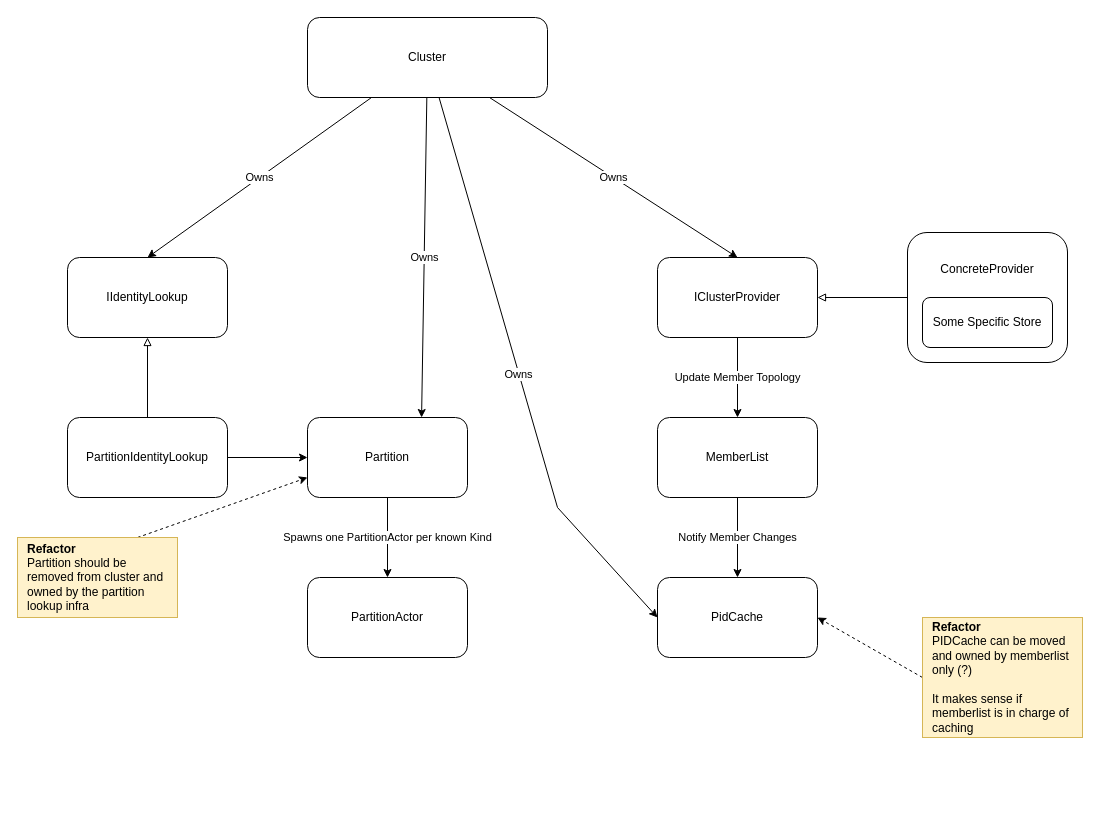
This is page "Sida-1" (1 of 2) of cluster.drawio from asynkron/protoactor-dotnet, a draw.io file, before an edit. Source tidied: cells renumbered, new cells numbered last; positions are measured from the earlier drawing's top-left corner, leaving out a move shared by most shapes. Both pictures are drawn from the tidied source at 100%, with x=0, y=0 at pixel (17, 17).
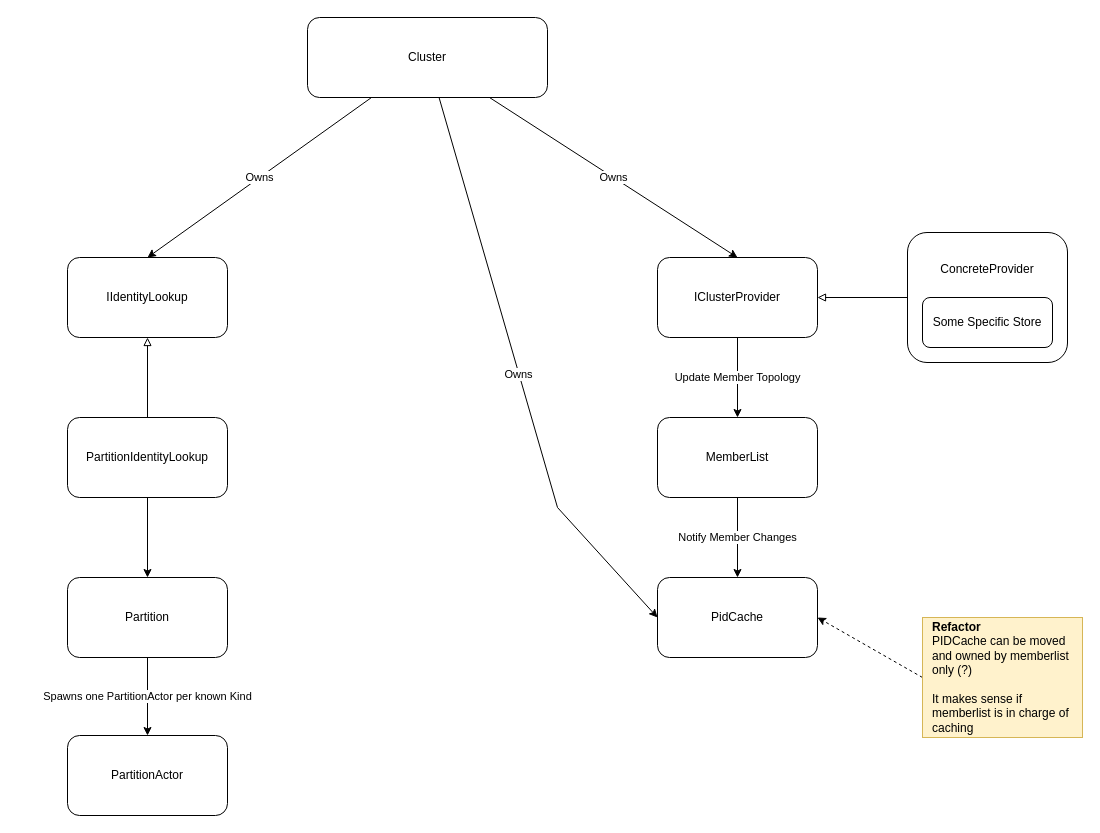
The same diagram, later.

Commit message (it also covers changes not shown here):
PartitionIdentityLookup now owns Partition

The change refers to these unchanged cells:
```xml
<mxCell id="17" value="Cluster" style="rounded=1;whiteSpace=wrap;html=1;" parent="1" vertex="1">
  <mxGeometry x="290" width="240" height="80" as="geometry" />
</mxCell>
<mxCell id="21" value="PartitionIdentityLookup" style="rounded=1;whiteSpace=wrap;html=1;" parent="1" vertex="1">
  <mxGeometry x="50" y="400" width="160" height="80" as="geometry" />
</mxCell>
```

The edit, as a diff of the source:
```diff
@@
     <mxCell id="11" value="Partition" style="rounded=1;whiteSpace=wrap;html=1;" parent="1" vertex="1">
-      <mxGeometry x="290" y="400" width="160" height="80" as="geometry" />
+      <mxGeometry x="50" y="560" width="160" height="80" as="geometry" />
     </mxCell>
     <mxCell id="12" value="PartitionActor" style="rounded=1;whiteSpace=wrap;html=1;" parent="1" vertex="1">
-      <mxGeometry x="290" y="560" width="160" height="80" as="geometry" />
+      <mxGeometry x="50" y="718" width="160" height="80" as="geometry" />
     </mxCell>
@@
-    <mxCell id="15" value="Owns" style="edgeStyle=none;rounded=0;jettySize=auto;html=1;entryX=0.713;entryY=0;entryDx=0;entryDy=0;entryPerimeter=0;endArrow=classic;endFill=1;" parent="1" edge="1" source="17" target="11">
-      <mxGeometry relative="1" as="geometry" />
-    </mxCell>
@@
-    <mxCell id="19" style="edgeStyle=none;rounded=0;jettySize=auto;html=1;exitX=1;exitY=0.5;exitDx=0;exitDy=0;entryX=0;entryY=0.5;entryDx=0;entryDy=0;endArrow=classic;endFill=1;" parent="1" edge="1" source="21" target="11">
+    <mxCell id="19" style="edgeStyle=none;rounded=0;jettySize=auto;html=1;exitX=0.5;exitY=1;exitDx=0;exitDy=0;entryX=0.5;entryY=0;entryDx=0;entryDy=0;endArrow=classic;endFill=1;" parent="1" edge="1" source="21" target="11">
       <mxGeometry relative="1" as="geometry" />
     </mxCell>
@@
-    <mxCell id="22" style="edgeStyle=none;rounded=0;jettySize=auto;html=1;exitX=0.75;exitY=0;exitDx=0;exitDy=0;entryX=0;entryY=0.75;entryDx=0;entryDy=0;endArrow=classic;endFill=1;dashed=1;" parent="1" edge="1" source="23" target="11">
-      <mxGeometry relative="1" as="geometry" />
-    </mxCell>
-    <mxCell id="23" value="&lt;b&gt;Refactor&lt;/b&gt;&lt;br&gt;Partition should be removed from cluster and owned by the partition lookup infra" style="rounded=0;whiteSpace=wrap;html=1;fillColor=#fff2cc;strokeColor=#d6b656;align=left;spacing=10;" parent="1" vertex="1">
-      <mxGeometry y="520" width="160" height="80" as="geometry" />
-    </mxCell>
```
